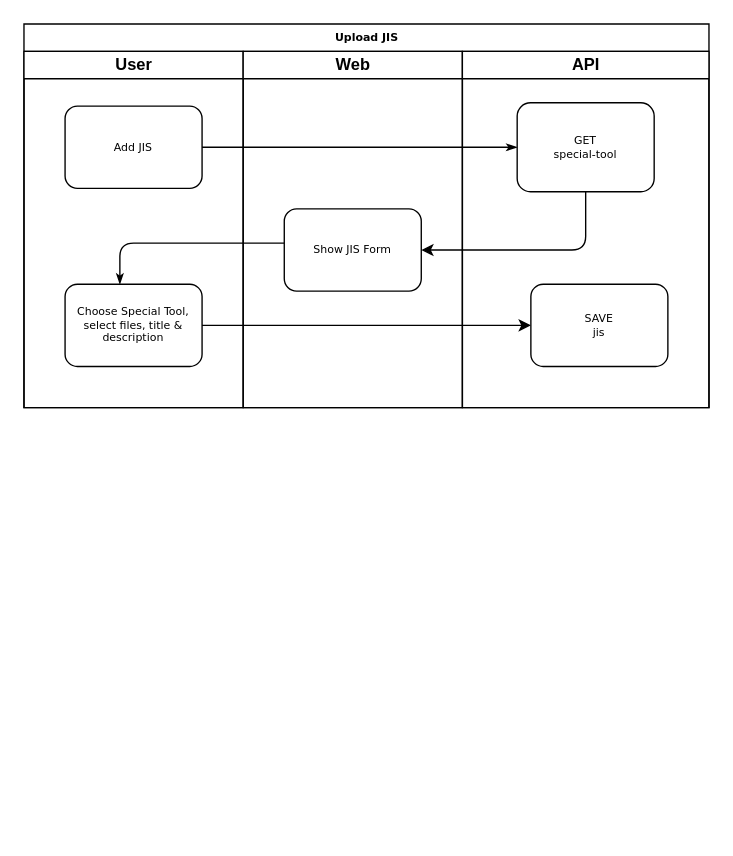
Earlier version of the draw.io diagram page "Upload JIS" (6 of 32) of ERD/TPM System Flow.drawio (alqaj/diagrams). Source tidied: cells renumbered, new cells numbered last; positions are measured from the earlier drawing's top-left corner, leaving out a move shared by most shapes. Both pictures are drawn from the tidied source at 137%, with x=0, y=0 at pixel (23, 23).
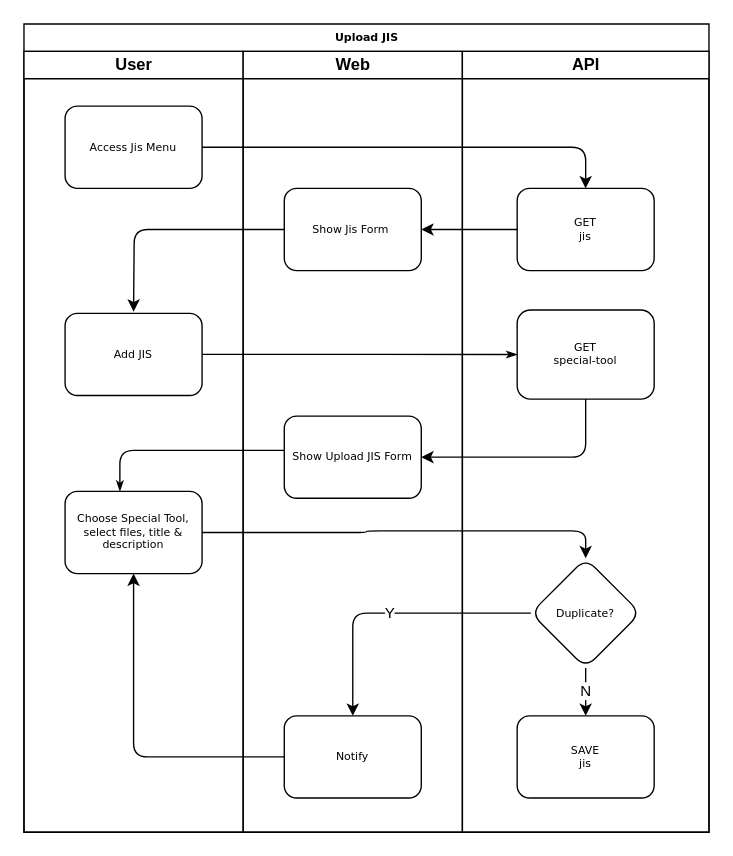
After the change.

Change to the diagram source:
```diff
@@
     <mxCell id="2" value="Upload JIS" style="swimlane;html=1;startSize=20;rounded=0;shadow=0;labelBackgroundColor=none;strokeWidth=1;fontFamily=Verdana;fontSize=8;align=center;" parent="1" vertex="1">
-      <mxGeometry width="500" height="280" as="geometry" />
+      <mxGeometry width="500" height="590" as="geometry" />
     </mxCell>
     <mxCell id="3" value="User" style="swimlane;html=1;startSize=20;" parent="2" vertex="1">
-      <mxGeometry y="20" width="160" height="260" as="geometry" />
+      <mxGeometry y="20" width="160" height="570" as="geometry" />
     </mxCell>
     <mxCell id="4" value="Add JIS" style="rounded=1;whiteSpace=wrap;html=1;shadow=0;labelBackgroundColor=none;strokeWidth=1;fontFamily=Verdana;fontSize=8;align=center;" parent="3" vertex="1">
-      <mxGeometry x="30" y="40" width="100" height="60" as="geometry" />
+      <mxGeometry x="30" y="191.2" width="100" height="60" as="geometry" />
     </mxCell>
     <mxCell id="5" value="Choose Special Tool,&lt;br&gt;select files, title &amp;amp; description" style="rounded=1;whiteSpace=wrap;html=1;shadow=0;labelBackgroundColor=none;strokeWidth=1;fontFamily=Verdana;fontSize=8;align=center;" parent="3" vertex="1">
-      <mxGeometry x="30" y="170" width="100" height="60" as="geometry" />
+      <mxGeometry x="30" y="321.2" width="100" height="60" as="geometry" />
     </mxCell>
@@
     <mxCell id="7" style="edgeStyle=orthogonalEdgeStyle;rounded=1;html=1;labelBackgroundColor=none;startArrow=none;startFill=0;startSize=5;endArrow=classicThin;endFill=1;endSize=5;jettySize=auto;strokeWidth=1;fontFamily=Verdana;fontSize=8;" parent="2" edge="1" source="9" target="5">
       <mxGeometry relative="1" as="geometry">
         <Array as="points">
-          <mxPoint x="240" y="160" />
-          <mxPoint x="70" y="160" />
+          <mxPoint x="240" y="311.2" />
+          <mxPoint x="70" y="311.2" />
         </Array>
       </mxGeometry>
     </mxCell>
+    <mxCell id="10" style="edgeStyle=orthogonalEdgeStyle;rounded=1;jettySize=auto;html=1;entryX=1;entryY=0.5;entryDx=0;entryDy=0;exitX=0.5;exitY=1;exitDx=0;exitDy=0;" parent="2" edge="1" source="13" target="9">
+      <mxGeometry relative="1" as="geometry" />
+    </mxCell>
+    <mxCell id="11" style="edgeStyle=orthogonalEdgeStyle;rounded=1;jettySize=auto;html=1;entryX=0.5;entryY=0;entryDx=0;entryDy=0;" parent="2" edge="1" source="5" target="17">
+      <mxGeometry relative="1" as="geometry" />
+    </mxCell>
     <mxCell id="8" value="Web" style="swimlane;html=1;startSize=20;" parent="2" vertex="1">
-      <mxGeometry x="160" y="20" width="160" height="260" as="geometry" />
+      <mxGeometry x="160" y="20" width="160" height="570" as="geometry" />
     </mxCell>
-    <mxCell id="9" value="Show JIS Form" style="rounded=1;whiteSpace=wrap;html=1;shadow=0;labelBackgroundColor=none;strokeWidth=1;fontFamily=Verdana;fontSize=8;align=center;" parent="8" vertex="1">
-      <mxGeometry x="30" y="115" width="100" height="60" as="geometry" />
+    <mxCell id="9" value="Show Upload JIS Form" style="rounded=1;whiteSpace=wrap;html=1;shadow=0;labelBackgroundColor=none;strokeWidth=1;fontFamily=Verdana;fontSize=8;align=center;" parent="8" vertex="1">
+      <mxGeometry x="30" y="266.2" width="100" height="60" as="geometry" />
     </mxCell>
-    <mxCell id="10" style="edgeStyle=orthogonalEdgeStyle;rounded=1;jettySize=auto;html=1;entryX=1;entryY=0.5;entryDx=0;entryDy=0;exitX=0.5;exitY=1;exitDx=0;exitDy=0;" parent="2" edge="1" source="13" target="9">
-      <mxGeometry relative="1" as="geometry" />
-    </mxCell>
-    <mxCell id="11" style="edgeStyle=orthogonalEdgeStyle;rounded=1;jettySize=auto;html=1;entryX=0;entryY=0.5;entryDx=0;entryDy=0;" parent="2" edge="1" source="5" target="14">
-      <mxGeometry relative="1" as="geometry" />
-    </mxCell>
     <mxCell id="12" value="API" style="swimlane;html=1;startSize=20;" parent="2" vertex="1">
-      <mxGeometry x="320" y="20" width="180" height="260" as="geometry" />
+      <mxGeometry x="320" y="20" width="180" height="570" as="geometry" />
     </mxCell>
     <mxCell id="13" value="GET&lt;br&gt;special-tool" style="rounded=1;whiteSpace=wrap;html=1;shadow=0;labelBackgroundColor=none;strokeWidth=1;fontFamily=Verdana;fontSize=8;align=center;" parent="12" vertex="1">
-      <mxGeometry x="40" y="37.5" width="100" height="65" as="geometry" />
+      <mxGeometry x="40" y="188.8" width="100" height="65" as="geometry" />
     </mxCell>
+    <mxCell id="15" value="Notify" style="rounded=1;whiteSpace=wrap;html=1;shadow=0;labelBackgroundColor=none;strokeWidth=1;fontFamily=Verdana;fontSize=8;align=center;" parent="12" vertex="1">
+      <mxGeometry x="-130" y="485" width="100" height="60" as="geometry" />
+    </mxCell>
     <mxCell id="14" value="SAVE&lt;br&gt;jis" style="rounded=1;whiteSpace=wrap;html=1;shadow=0;labelBackgroundColor=none;strokeWidth=1;fontFamily=Verdana;fontSize=8;align=center;" parent="12" vertex="1">
-      <mxGeometry x="50" y="170" width="100" height="60" as="geometry" />
+      <mxGeometry x="40" y="485" width="100" height="60" as="geometry" />
     </mxCell>
+    <mxCell id="16" value="N" style="edgeStyle=orthogonalEdgeStyle;rounded=0;jettySize=auto;html=1;entryX=0.5;entryY=0;entryDx=0;entryDy=0;" parent="12" edge="1" source="17" target="14">
+      <mxGeometry relative="1" as="geometry" />
+    </mxCell>
+    <mxCell id="17" value="Duplicate?" style="rhombus;whiteSpace=wrap;html=1;fontSize=8;fontFamily=Verdana;rounded=1;shadow=0;labelBackgroundColor=none;strokeWidth=1;" parent="12" vertex="1">
+      <mxGeometry x="50" y="370" width="80" height="80" as="geometry" />
+    </mxCell>
+    <mxCell id="18" value="Y" style="edgeStyle=orthogonalEdgeStyle;rounded=1;jettySize=auto;html=1;entryX=0.5;entryY=0;entryDx=0;entryDy=0;" parent="12" edge="1" source="17" target="15">
+      <mxGeometry relative="1" as="geometry" />
+    </mxCell>
+    <mxCell id="19" style="edgeStyle=orthogonalEdgeStyle;rounded=1;jettySize=auto;html=1;entryX=0.5;entryY=1;entryDx=0;entryDy=0;" parent="2" edge="1" source="15" target="5">
+      <mxGeometry relative="1" as="geometry" />
+    </mxCell>
+    <mxCell id="20" value="Access Jis Menu" style="rounded=1;whiteSpace=wrap;html=1;shadow=0;labelBackgroundColor=none;strokeWidth=1;fontFamily=Verdana;fontSize=8;align=center;" parent="1" vertex="1">
+      <mxGeometry x="30" y="60" width="100" height="60" as="geometry" />
+    </mxCell>
+    <mxCell id="21" value="Show Jis Form&amp;nbsp;" style="rounded=1;whiteSpace=wrap;html=1;shadow=0;labelBackgroundColor=none;strokeWidth=1;fontFamily=Verdana;fontSize=8;align=center;" parent="1" vertex="1">
+      <mxGeometry x="190" y="120" width="100" height="60" as="geometry" />
+    </mxCell>
+    <mxCell id="22" style="edgeStyle=orthogonalEdgeStyle;rounded=1;jettySize=auto;html=1;entryX=1;entryY=0.5;entryDx=0;entryDy=0;" parent="1" edge="1" source="24" target="21">
+      <mxGeometry relative="1" as="geometry" />
+    </mxCell>
+    <mxCell id="23" style="edgeStyle=orthogonalEdgeStyle;rounded=1;jettySize=auto;html=1;" parent="1" edge="1" source="21">
+      <mxGeometry relative="1" as="geometry">
+        <mxPoint x="80" y="210" as="targetPoint" />
+      </mxGeometry>
+    </mxCell>
+    <mxCell id="24" value="GET&lt;br&gt;jis" style="rounded=1;whiteSpace=wrap;html=1;shadow=0;labelBackgroundColor=none;strokeWidth=1;fontFamily=Verdana;fontSize=8;align=center;" parent="1" vertex="1">
+      <mxGeometry x="360" y="120" width="100" height="60" as="geometry" />
+    </mxCell>
+    <mxCell id="25" style="edgeStyle=orthogonalEdgeStyle;rounded=1;jettySize=auto;html=1;entryX=0.5;entryY=0;entryDx=0;entryDy=0;" parent="1" edge="1" source="20" target="24">
+      <mxGeometry relative="1" as="geometry" />
+    </mxCell>
```
